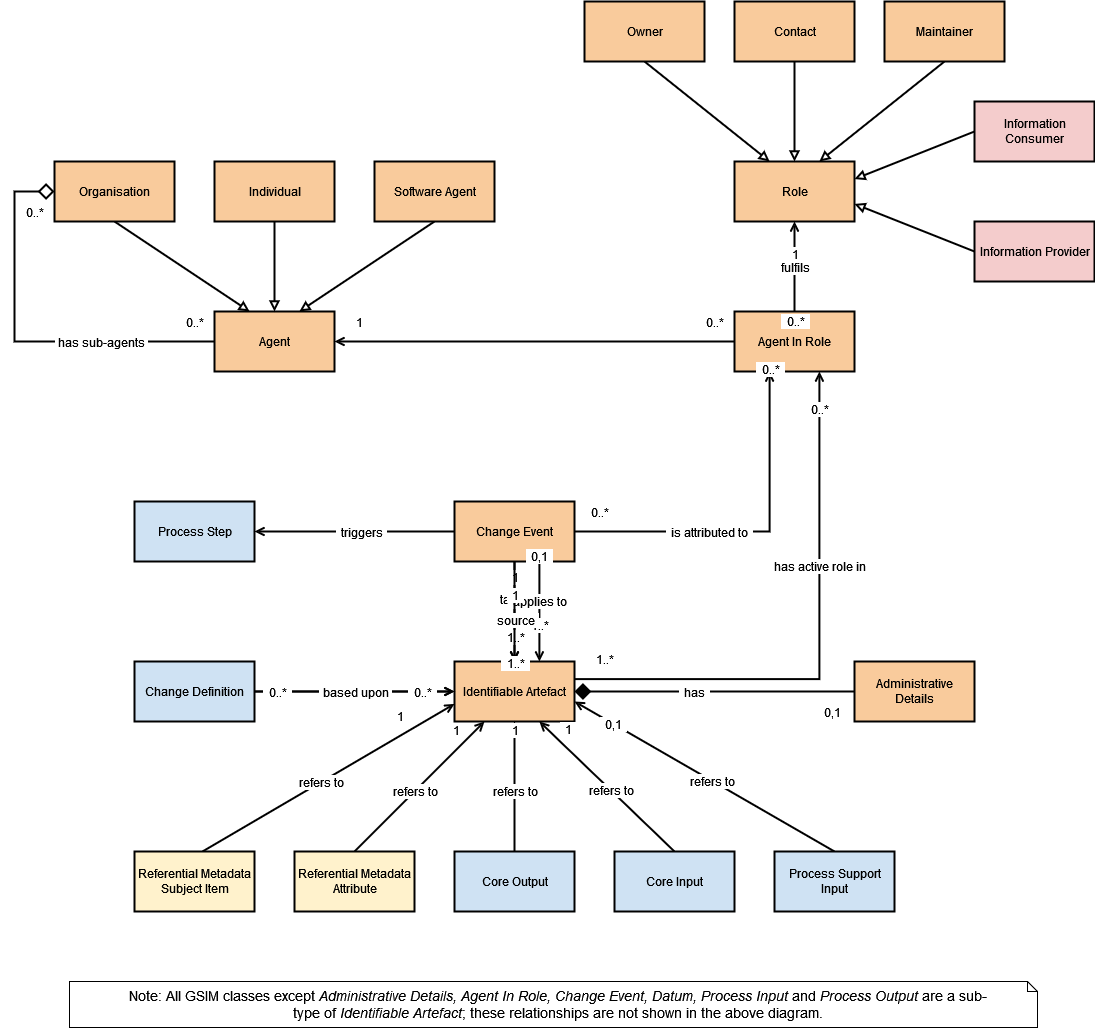
The draw.io diagram Image Files/GSIM_2_0_Base_Group.drawio.png in UNECE/GSIM-2.0, before a commit. Source tidied: cells renumbered, new cells last; positions are measured from the earlier drawing's top-left corner, leaving out a move shared by most shapes.
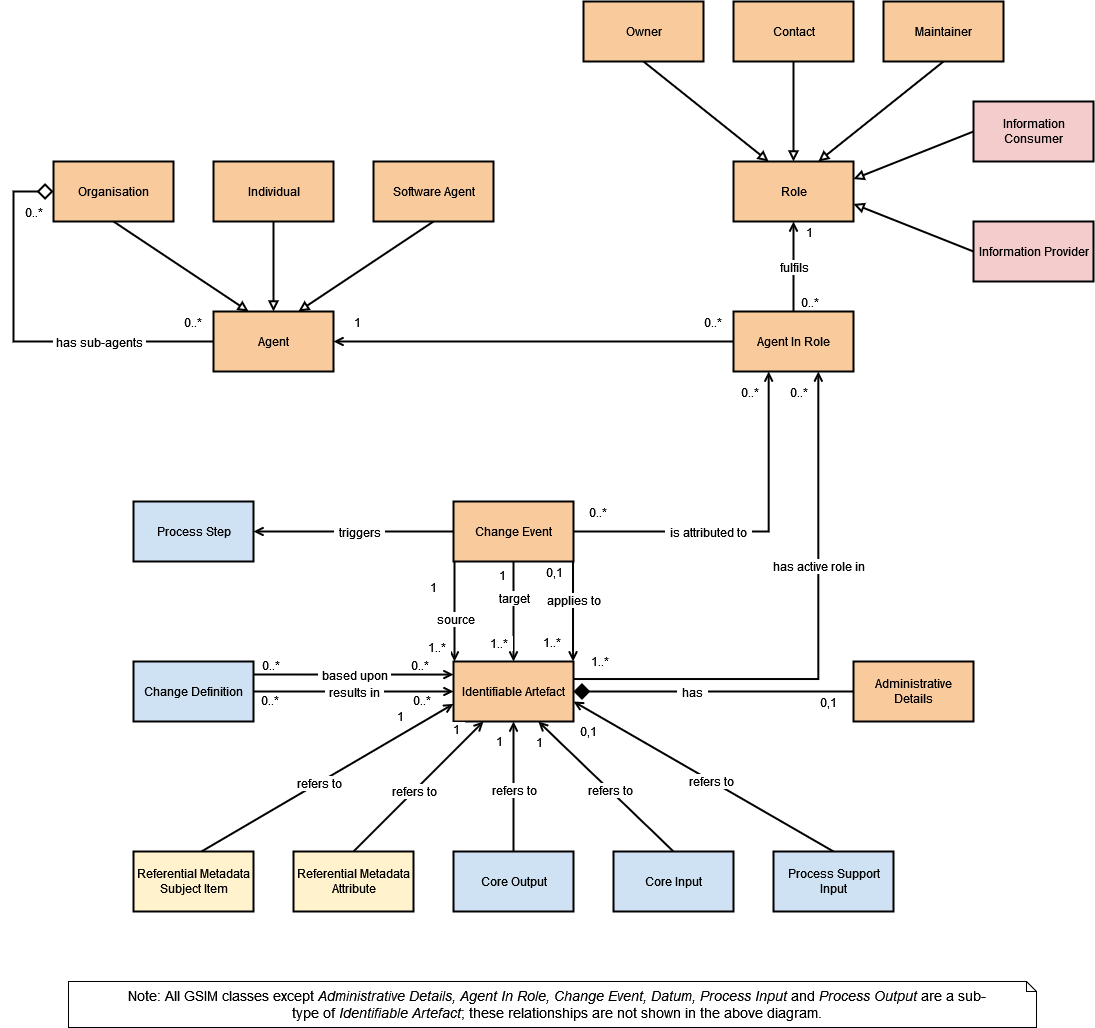
After the change.

The edit, as a diff of the source:
```diff
@@ -139,12 +139,12 @@
     </mxCell>
     <mxCell id="32" value="&lt;div style='width: 29.0125px;height:auto;word-break: break-word;'&gt;&lt;div align=&quot;center&quot;&gt;&lt;span style=&quot;font-size:12px;font-family:Arial; line-height: 0;&quot;&gt;&lt;span style=&quot; line-height: normal;&quot;&gt;0..*&lt;/span&gt;&lt;/span&gt;&lt;/div&gt;&lt;/div&gt;" style="text;html=1;nl2Br=0;labelBackgroundColor=#FFFFFF;html=1;nl2Br=0;verticalAlign=middle;align=center;spacingLeft=0.0;spacingRight=0;gliffyId=3013;" parent="31" vertex="1">
       <mxGeometry x="-0.76" relative="1" as="geometry">
-        <mxPoint y="20" as="offset" />
+        <mxPoint x="15" y="1" as="offset" />
       </mxGeometry>
     </mxCell>
     <mxCell id="33" value="&lt;div style='width: 17.675px;height:auto;word-break: break-word;'&gt;&lt;div align=&quot;center&quot;&gt;&lt;span style=&quot;font-size:12px;font-family:Arial; line-height: 0;&quot;&gt;&lt;span style=&quot; line-height: normal;&quot;&gt;1&lt;/span&gt;&lt;/span&gt;&lt;/div&gt;&lt;/div&gt;" style="text;html=1;nl2Br=0;labelBackgroundColor=#FFFFFF;html=1;nl2Br=0;verticalAlign=middle;align=center;spacingLeft=0.0;spacingRight=0;gliffyId=3012;" parent="31" vertex="1">
       <mxGeometry x="0.73" relative="1" as="geometry">
-        <mxPoint y="20" as="offset" />
+        <mxPoint x="15" y="-2" as="offset" />
       </mxGeometry>
     </mxCell>
     <mxCell id="34" value="&lt;div style='width: 38.35px;height:auto;word-break: break-word;'&gt;&lt;div align=&quot;center&quot;&gt;&lt;span style=&quot;font-size:12px;font-family:Arial; line-height: 0;&quot;&gt;&lt;span style=&quot; line-height: normal;&quot;&gt;fulfils&lt;/span&gt;&lt;/span&gt;&lt;/div&gt;&lt;/div&gt;" style="text;html=1;nl2Br=0;labelBackgroundColor=#FFFFFF;html=1;nl2Br=0;verticalAlign=middle;align=center;spacingLeft=0.0;spacingRight=0;gliffyId=3011;" parent="31" vertex="1">
@@ -187,7 +187,7 @@
     </mxCell>
     <mxCell id="41" value="&lt;div style='width: 29.0125px;height:auto;word-break: break-word;'&gt;&lt;div align=&quot;center&quot;&gt;&lt;span style=&quot;font-size:12px;font-family:Arial;color:rgb(0, 0, 0); line-height: 0;&quot;&gt;&lt;span style=&quot; line-height: normal;&quot;&gt;0..*&lt;/span&gt;&lt;/span&gt;&lt;/div&gt;&lt;/div&gt;" style="text;html=1;nl2Br=0;labelBackgroundColor=#FFFFFF;html=1;nl2Br=0;verticalAlign=middle;align=center;spacingLeft=0.0;spacingRight=0;gliffyId=3026;" parent="38" vertex="1">
       <mxGeometry x="0.9" relative="1" as="geometry">
-        <mxPoint y="-20" as="offset" />
+        <mxPoint x="-20" y="3" as="offset" />
       </mxGeometry>
     </mxCell>
     <mxCell id="42" style="shape=filledEdge;strokeWidth=2;strokeColor=#000000;fillColor=none;startArrow=none;startFill=0;startSize=6;endArrow=open;endFill=0;endSize=6;rounded=0;html=1;nl2Br=0;gliffyId=3028;edgeStyle=orthogonalEdgeStyle;" parent="1" edge="1" source="12" target="6">
@@ -204,12 +204,12 @@
     </mxCell>
     <mxCell id="44" value="&lt;div style='width: 29.0125px;height:auto;word-break: break-word;'&gt;&lt;div align=&quot;center&quot;&gt;&lt;span style=&quot;font-size:12px;font-family:Arial; line-height: 0;&quot;&gt;&lt;span style=&quot; line-height: normal;&quot;&gt;1..*&lt;/span&gt;&lt;/span&gt;&lt;/div&gt;&lt;/div&gt;" style="text;html=1;nl2Br=0;labelBackgroundColor=#FFFFFF;html=1;nl2Br=0;verticalAlign=middle;align=center;spacingLeft=0.0;spacingRight=0;gliffyId=3029;" parent="42" vertex="1">
       <mxGeometry x="-0.9" relative="1" as="geometry">
-        <mxPoint y="-20" as="offset" />
+        <mxPoint x="-4" y="-18" as="offset" />
       </mxGeometry>
     </mxCell>
     <mxCell id="45" value="&lt;div style='width: 29.0125px;height:auto;word-break: break-word;'&gt;&lt;div align=&quot;center&quot;&gt;&lt;span style=&quot;font-size:12px;font-family:Arial; line-height: 0;&quot;&gt;&lt;span style=&quot; line-height: normal;&quot;&gt;0..*&lt;/span&gt;&lt;/span&gt;&lt;/div&gt;&lt;/div&gt;" style="text;html=1;nl2Br=0;labelBackgroundColor=#FFFFFF;html=1;nl2Br=0;verticalAlign=middle;align=center;spacingLeft=0.0;spacingRight=0;gliffyId=3030;" parent="42" vertex="1">
       <mxGeometry x="0.94" relative="1" as="geometry">
-        <mxPoint y="20" as="offset" />
+        <mxPoint x="-20" y="3" as="offset" />
       </mxGeometry>
     </mxCell>
     <mxCell id="46" style="shape=filledEdge;strokeWidth=2;strokeColor=#000000;fillColor=none;startArrow=none;startFill=0;startSize=6;endArrow=open;endFill=0;endSize=6;rounded=0;html=1;nl2Br=0;gliffyId=3041;edgeStyle=orthogonalEdgeStyle;" parent="1" edge="1" source="11" target="12">
@@ -224,10 +224,14 @@
       <mxGeometry x="-0.26" relative="1" as="geometry" />
     </mxCell>
     <mxCell id="48" value="&lt;div style='width: 17.675px;height:auto;word-break: break-word;'&gt;&lt;div align=&quot;center&quot;&gt;&lt;span style=&quot;font-size:12px;font-family:Arial; line-height: 0;&quot;&gt;&lt;span style=&quot; line-height: normal;&quot;&gt;1&lt;/span&gt;&lt;/span&gt;&lt;/div&gt;&lt;/div&gt;" style="text;html=1;nl2Br=0;labelBackgroundColor=#FFFFFF;html=1;nl2Br=0;verticalAlign=middle;align=center;spacingLeft=0.0;spacingRight=0;gliffyId=3042;" parent="46" vertex="1">
-      <mxGeometry x="-0.7" relative="1" as="geometry" />
+      <mxGeometry x="-0.7" relative="1" as="geometry">
+        <mxPoint x="-12" y="-2" as="offset" />
+      </mxGeometry>
     </mxCell>
     <mxCell id="49" value="&lt;div style='width: 29.0125px;height:auto;word-break: break-word;'&gt;&lt;div align=&quot;center&quot;&gt;&lt;span style=&quot;font-size:12px;font-family:Arial; line-height: 0;&quot;&gt;&lt;span style=&quot; line-height: normal;&quot;&gt;1..*&lt;/span&gt;&lt;/span&gt;&lt;/div&gt;&lt;/div&gt;" style="text;html=1;nl2Br=0;labelBackgroundColor=#FFFFFF;html=1;nl2Br=0;verticalAlign=middle;align=center;spacingLeft=0.0;spacingRight=0;gliffyId=3043;" parent="46" vertex="1">
-      <mxGeometry x="0.5" relative="1" as="geometry" />
+      <mxGeometry x="0.5" relative="1" as="geometry">
+        <mxPoint x="-16" y="6" as="offset" />
+      </mxGeometry>
     </mxCell>
     <mxCell id="50" style="shape=filledEdge;strokeWidth=2;strokeColor=#000000;fillColor=none;startArrow=none;startFill=0;startSize=6;endArrow=open;endFill=0;endSize=6;rounded=0;html=1;nl2Br=0;gliffyId=3077;edgeStyle=orthogonalEdgeStyle;" parent="1" edge="1" source="14" target="12">
       <mxGeometry relative="1" as="geometry">
@@ -241,16 +245,22 @@
       <mxGeometry relative="1" as="geometry" />
     </mxCell>
     <mxCell id="52" value="&lt;div style='width: 29.0125px;height:auto;word-break: break-word;'&gt;&lt;div align=&quot;center&quot;&gt;&lt;span style=&quot;font-size:12px;font-family:Arial;color:rgb(0, 0, 0); line-height: 0;&quot;&gt;&lt;span style=&quot; line-height: normal;&quot;&gt;0..*&lt;/span&gt;&lt;/span&gt;&lt;/div&gt;&lt;/div&gt;" style="text;html=1;nl2Br=0;labelBackgroundColor=#FFFFFF;html=1;nl2Br=0;verticalAlign=middle;align=center;spacingLeft=0.0;spacingRight=0;gliffyId=3079;" parent="50" vertex="1">
-      <mxGeometry x="-0.78" relative="1" as="geometry" />
+      <mxGeometry x="-0.78" relative="1" as="geometry">
+        <mxPoint x="-7" y="8" as="offset" />
+      </mxGeometry>
     </mxCell>
     <mxCell id="53" value="&lt;div style='width: 29.0125px;height:auto;word-break: break-word;'&gt;&lt;div align=&quot;center&quot;&gt;&lt;span style=&quot;font-size:12px;font-family:Arial; line-height: 0;&quot;&gt;&lt;span style=&quot; line-height: normal;&quot;&gt;0..*&lt;/span&gt;&lt;/span&gt;&lt;/div&gt;&lt;/div&gt;" style="text;html=1;nl2Br=0;labelBackgroundColor=#FFFFFF;html=1;nl2Br=0;verticalAlign=middle;align=center;spacingLeft=0.0;spacingRight=0;gliffyId=3080;" parent="50" vertex="1">
-      <mxGeometry x="0.67" relative="1" as="geometry" />
+      <mxGeometry x="0.67" relative="1" as="geometry">
+        <mxPoint y="8" as="offset" />
+      </mxGeometry>
     </mxCell>
-    <mxCell id="54" style="shape=filledEdge;strokeWidth=2;strokeColor=#000000;fillColor=none;startArrow=none;startFill=0;startSize=6;endArrow=open;endFill=0;endSize=6;rounded=0;html=1;nl2Br=0;gliffyId=3081;edgeStyle=orthogonalEdgeStyle;" parent="1" edge="1" source="14" target="12">
+    <mxCell id="54" style="shape=filledEdge;strokeWidth=2;strokeColor=#000000;fillColor=none;startArrow=none;startFill=0;startSize=6;endArrow=open;endFill=0;endSize=6;rounded=0;html=1;nl2Br=0;gliffyId=3081;edgeStyle=orthogonalEdgeStyle;" parent="1" edge="1">
       <mxGeometry relative="1" as="geometry">
+        <mxPoint x="240" y="673" as="sourcePoint" />
+        <mxPoint x="440" y="673" as="targetPoint" />
         <Array as="points">
-          <mxPoint x="240" y="690" />
-          <mxPoint x="440" y="690" />
+          <mxPoint x="240" y="673" />
+          <mxPoint x="440" y="673" />
         </Array>
       </mxGeometry>
     </mxCell>
@@ -258,18 +268,24 @@
       <mxGeometry relative="1" as="geometry" />
     </mxCell>
     <mxCell id="56" value="&lt;div style='width: 29.0125px;height:auto;word-break: break-word;'&gt;&lt;div align=&quot;center&quot;&gt;&lt;span style=&quot;font-size:12px;font-family:Arial;color:rgb(0, 0, 0); line-height: 0;&quot;&gt;&lt;span style=&quot; line-height: normal;&quot;&gt;0..*&lt;/span&gt;&lt;/span&gt;&lt;/div&gt;&lt;/div&gt;" style="text;html=1;nl2Br=0;labelBackgroundColor=#FFFFFF;html=1;nl2Br=0;verticalAlign=middle;align=center;spacingLeft=0.0;spacingRight=0;gliffyId=3083;" parent="54" vertex="1">
-      <mxGeometry x="-0.78" relative="1" as="geometry" />
+      <mxGeometry x="-0.78" relative="1" as="geometry">
+        <mxPoint x="-6" y="-10" as="offset" />
+      </mxGeometry>
     </mxCell>
     <mxCell id="57" value="&lt;div style='width: 29.0125px;height:auto;word-break: break-word;'&gt;&lt;div align=&quot;center&quot;&gt;&lt;span style=&quot;font-size:12px;font-family:Arial; line-height: 0;&quot;&gt;&lt;span style=&quot; line-height: normal;&quot;&gt;0..*&lt;/span&gt;&lt;/span&gt;&lt;/div&gt;&lt;/div&gt;" style="text;html=1;nl2Br=0;labelBackgroundColor=#FFFFFF;html=1;nl2Br=0;verticalAlign=middle;align=center;spacingLeft=0.0;spacingRight=0;gliffyId=3084;" parent="54" vertex="1">
-      <mxGeometry x="0.67" relative="1" as="geometry" />
+      <mxGeometry x="0.67" relative="1" as="geometry">
+        <mxPoint x="-2" y="-10" as="offset" />
+      </mxGeometry>
     </mxCell>
-    <mxCell id="58" style="shape=filledEdge;strokeWidth=2;strokeColor=#000000;fillColor=none;startArrow=none;startFill=0;startSize=6;endArrow=open;endFill=0;endSize=6;rounded=0;html=1;nl2Br=0;gliffyId=3044;edgeStyle=orthogonalEdgeStyle;" parent="1" edge="1" source="11" target="12">
+    <mxCell id="58" style="shape=filledEdge;strokeWidth=2;strokeColor=#000000;fillColor=none;startArrow=none;startFill=0;startSize=6;endArrow=open;endFill=0;endSize=6;rounded=0;html=1;nl2Br=0;gliffyId=3044;edgeStyle=orthogonalEdgeStyle;" parent="1" edge="1">
       <mxGeometry relative="1" as="geometry">
+        <mxPoint x="559.5" y="560" as="sourcePoint" />
+        <mxPoint x="559.5" y="660" as="targetPoint" />
         <Array as="points">
-          <mxPoint x="524.9" y="560" />
-          <mxPoint x="524.9" y="593.3" />
-          <mxPoint x="524.9" y="626.7" />
-          <mxPoint x="524.9" y="660" />
+          <mxPoint x="559.5" y="560" />
+          <mxPoint x="559.5" y="593.3" />
+          <mxPoint x="559.5" y="626.7" />
+          <mxPoint x="559.5" y="660" />
         </Array>
       </mxGeometry>
     </mxCell>
@@ -280,19 +296,20 @@
     </mxCell>
     <mxCell id="60" value="&lt;div style='width: 27.6875px;height:auto;word-break: break-word;'&gt;&lt;div align=&quot;center&quot;&gt;&lt;span style=&quot;font-size:12px;font-family:Arial; line-height: 0;&quot;&gt;&lt;span style=&quot; line-height: normal;&quot;&gt;0,1&lt;/span&gt;&lt;/span&gt;&lt;/div&gt;&lt;/div&gt;" style="text;html=1;nl2Br=0;labelBackgroundColor=#FFFFFF;html=1;nl2Br=0;verticalAlign=middle;align=center;spacingLeft=0.0;spacingRight=0;gliffyId=3045;" parent="58" vertex="1">
       <mxGeometry x="-0.72" relative="1" as="geometry">
-        <mxPoint y="-20" as="offset" />
+        <mxPoint x="-19" y="-4" as="offset" />
       </mxGeometry>
     </mxCell>
     <mxCell id="61" value="&lt;div style='width: 29.0125px;height:auto;word-break: break-word;'&gt;&lt;div align=&quot;center&quot;&gt;&lt;span style=&quot;font-size:12px;font-family:Arial; line-height: 0;&quot;&gt;&lt;span style=&quot; line-height: normal;&quot;&gt;1..*&lt;/span&gt;&lt;/span&gt;&lt;/div&gt;&lt;/div&gt;" style="text;html=1;nl2Br=0;labelBackgroundColor=#FFFFFF;html=1;nl2Br=0;verticalAlign=middle;align=center;spacingLeft=0.0;spacingRight=0;gliffyId=3046;" parent="58" vertex="1">
       <mxGeometry x="0.66" relative="1" as="geometry">
-        <mxPoint y="-20" as="offset" />
+        <mxPoint x="-22" y="-3" as="offset" />
       </mxGeometry>
     </mxCell>
-    <mxCell id="62" style="shape=filledEdge;strokeWidth=2;strokeColor=#000000;fillColor=none;startArrow=none;startFill=0;startSize=6;endArrow=open;endFill=0;endSize=6;rounded=0;html=1;nl2Br=0;gliffyId=3049;edgeStyle=orthogonalEdgeStyle;" parent="1" edge="1" source="11" target="12">
+    <mxCell id="62" style="shape=filledEdge;strokeWidth=2;strokeColor=#000000;fillColor=none;startArrow=none;startFill=0;startSize=6;endArrow=open;endFill=0;endSize=6;rounded=0;html=1;nl2Br=0;gliffyId=3049;edgeStyle=orthogonalEdgeStyle;" parent="1" edge="1">
       <mxGeometry relative="1" as="geometry">
+        <mxPoint x="441" y="560" as="sourcePoint" />
+        <mxPoint x="441" y="660" as="targetPoint" />
         <Array as="points">
-          <mxPoint x="475.1" y="560" />
-          <mxPoint x="475.1" y="660" />
+          <mxPoint x="441" y="560" />
         </Array>
       </mxGeometry>
     </mxCell>
@@ -301,12 +318,12 @@
     </mxCell>
     <mxCell id="64" value="&lt;div style='width: 17.675px;height:auto;word-break: break-word;'&gt;&lt;div align=&quot;center&quot;&gt;&lt;span style=&quot;font-size:12px;font-family:Arial; line-height: 0;&quot;&gt;&lt;span style=&quot; line-height: normal;&quot;&gt;1&lt;/span&gt;&lt;/span&gt;&lt;/div&gt;&lt;/div&gt;" style="text;html=1;nl2Br=0;labelBackgroundColor=#FFFFFF;html=1;nl2Br=0;verticalAlign=middle;align=center;spacingLeft=0.0;spacingRight=0;gliffyId=3051;" parent="62" vertex="1">
       <mxGeometry x="-0.74" relative="1" as="geometry">
-        <mxPoint y="20" as="offset" />
+        <mxPoint x="-22" y="12" as="offset" />
       </mxGeometry>
     </mxCell>
     <mxCell id="65" value="&lt;div style='width: 29.0125px;height:auto;word-break: break-word;'&gt;&lt;div align=&quot;center&quot;&gt;&lt;span style=&quot;font-size:12px;font-family:Arial; line-height: 0;&quot;&gt;&lt;span style=&quot; line-height: normal;&quot;&gt;1..*&lt;/span&gt;&lt;/span&gt;&lt;/div&gt;&lt;/div&gt;" style="text;html=1;nl2Br=0;labelBackgroundColor=#FFFFFF;html=1;nl2Br=0;verticalAlign=middle;align=center;spacingLeft=0.0;spacingRight=0;gliffyId=3052;" parent="62" vertex="1">
       <mxGeometry x="0.62" relative="1" as="geometry">
-        <mxPoint y="20" as="offset" />
+        <mxPoint x="-19" y="4" as="offset" />
       </mxGeometry>
     </mxCell>
     <mxCell id="66" style="shape=filledEdge;strokeWidth=2;strokeColor=#000000;fillColor=none;startArrow=none;startFill=0;startSize=6;endArrow=open;endFill=0;endSize=6;rounded=0;html=1;nl2Br=0;gliffyId=3061;edgeStyle=orthogonalEdgeStyle;" parent="1" edge="1" source="16" target="12">
@@ -322,7 +339,7 @@
     </mxCell>
     <mxCell id="68" value="&lt;div style='width: 17.675px;height:auto;word-break: break-word;'&gt;&lt;div align=&quot;center&quot;&gt;&lt;span style=&quot;font-size:12px;font-family:Arial; line-height: 0;&quot;&gt;&lt;span style=&quot; line-height: normal;&quot;&gt;1&lt;/span&gt;&lt;/span&gt;&lt;/div&gt;&lt;/div&gt;" style="text;html=1;nl2Br=0;labelBackgroundColor=#FFFFFF;html=1;nl2Br=0;verticalAlign=middle;align=center;spacingLeft=0.0;spacingRight=0;gliffyId=3063;" parent="66" vertex="1">
       <mxGeometry x="0.57" relative="1" as="geometry">
-        <mxPoint y="-20" as="offset" />
+        <mxPoint x="-15" y="-8" as="offset" />
       </mxGeometry>
     </mxCell>
     <mxCell id="69" style="shape=filledEdge;strokeWidth=2;strokeColor=#000000;fillColor=none;startArrow=none;startFill=0;startSize=6;endArrow=open;endFill=0;endSize=6;rounded=0;html=1;nl2Br=0;gliffyId=3098;exitX=0.5;exitY=0.0;exitPerimeter=0;" parent="1" edge="1" source="17">
@@ -381,7 +398,7 @@
     </mxCell>
     <mxCell id="79" value="&lt;div style='width: 17.675px;height:auto;word-break: break-word;'&gt;&lt;div align=&quot;center&quot;&gt;&lt;span style=&quot;font-size:12px;font-family:Arial; line-height: 0;&quot;&gt;&lt;span style=&quot; line-height: normal;&quot;&gt;1&lt;/span&gt;&lt;/span&gt;&lt;/div&gt;&lt;/div&gt;" style="text;html=1;nl2Br=0;labelBackgroundColor=#FFFFFF;html=1;nl2Br=0;verticalAlign=middle;align=center;spacingLeft=0.0;spacingRight=0;gliffyId=3067;" parent="77" vertex="1">
       <mxGeometry x="0.58" relative="1" as="geometry">
-        <mxPoint y="-20" as="offset" />
+        <mxPoint x="-28" y="-7" as="offset" />
       </mxGeometry>
     </mxCell>
     <mxCell id="80" style="shape=filledEdge;strokeWidth=2;strokeColor=#000000;fillColor=none;startArrow=none;startFill=0;startSize=6;endArrow=open;endFill=0;endSize=6;rounded=0;html=1;nl2Br=0;gliffyId=3068;exitX=0.5;exitY=0.0;exitPerimeter=0;" parent="1" edge="1" source="20">
@@ -396,7 +413,9 @@
       <mxGeometry x="-0.06" relative="1" as="geometry" />
     </mxCell>
     <mxCell id="82" value="&lt;div style='width: 27.6875px;height:auto;word-break: break-word;'&gt;&lt;div align=&quot;center&quot;&gt;&lt;span style=&quot;font-size:12px;font-family:Arial; line-height: 0;&quot;&gt;&lt;span style=&quot; line-height: normal;&quot;&gt;0,1&lt;/span&gt;&lt;/span&gt;&lt;/div&gt;&lt;/div&gt;" style="text;html=1;nl2Br=0;labelBackgroundColor=#FFFFFF;html=1;nl2Br=0;verticalAlign=middle;align=center;spacingLeft=0.0;spacingRight=0;gliffyId=3070;" parent="80" vertex="1">
-      <mxGeometry x="0.71" relative="1" as="geometry" />
+      <mxGeometry x="0.71" relative="1" as="geometry">
+        <mxPoint x="-23" y="8" as="offset" />
+      </mxGeometry>
     </mxCell>
     <mxCell id="83" style="shape=filledEdge;strokeWidth=2;strokeColor=#000000;fillColor=none;startArrow=none;startFill=0;startSize=6;endArrow=diamond;endFill=0;endSize=12;rounded=0;html=1;nl2Br=0;gliffyId=3020;edgeStyle=orthogonalEdgeStyle;" parent="1" edge="1" source="7" target="8">
       <mxGeometry relative="1" as="geometry">
@@ -433,7 +452,7 @@
     </mxCell>
     <mxCell id="88" value="&lt;div style='width: 27.6875px;height:auto;word-break: break-word;'&gt;&lt;div align=&quot;center&quot;&gt;&lt;span style=&quot;font-size:12px;font-family:Arial; line-height: 0;&quot;&gt;&lt;span style=&quot; line-height: normal;&quot;&gt;0,1&lt;/span&gt;&lt;/span&gt;&lt;/div&gt;&lt;/div&gt;" style="text;html=1;nl2Br=0;labelBackgroundColor=#FFFFFF;html=1;nl2Br=0;verticalAlign=middle;align=center;spacingLeft=0.0;spacingRight=0;gliffyId=3036;" parent="87" vertex="1">
       <mxGeometry x="-0.84" relative="1" as="geometry">
-        <mxPoint y="20" as="offset" />
+        <mxPoint x="-2" y="10" as="offset" />
       </mxGeometry>
     </mxCell>
     <mxCell id="89" value="&lt;div style='width: 30.35px;height:auto;word-break: break-word;'&gt;&lt;div align=&quot;center&quot;&gt;&lt;span style=&quot;font-size:12px;font-family:Arial; line-height: 0;&quot;&gt;&lt;span style=&quot; line-height: normal;&quot;&gt;has&lt;/span&gt;&lt;/span&gt;&lt;/div&gt;&lt;/div&gt;" style="text;html=1;nl2Br=0;labelBackgroundColor=#FFFFFF;html=1;nl2Br=0;verticalAlign=middle;align=center;spacingLeft=0.0;spacingRight=0;gliffyId=3035;" parent="87" vertex="1">
```
